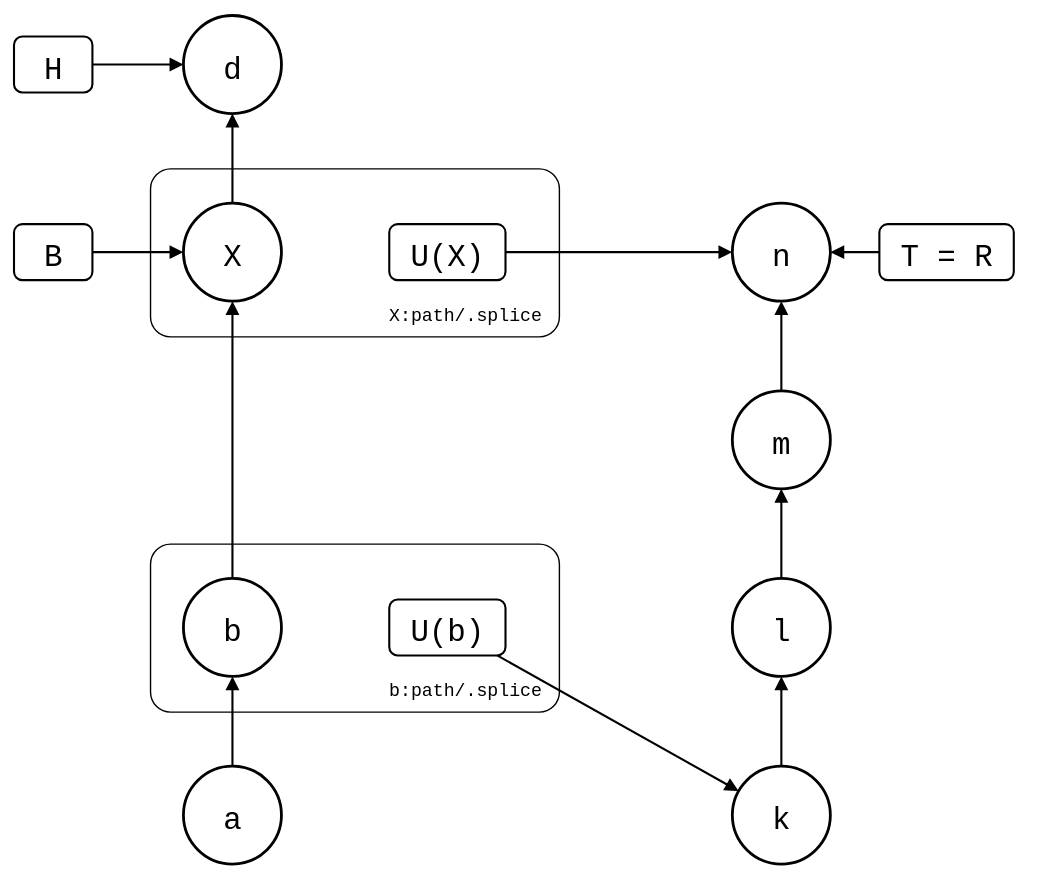
Earlier version of the draw.io export test/scenarios/bisect-into-a-pull/bisect-into-a-pull.drawio.svg (roschaefer/git-splice). Source tidied: cells renumbered, new cells last; positions are measured from the earlier drawing's top-left corner, leaving out a move shared by most shapes.
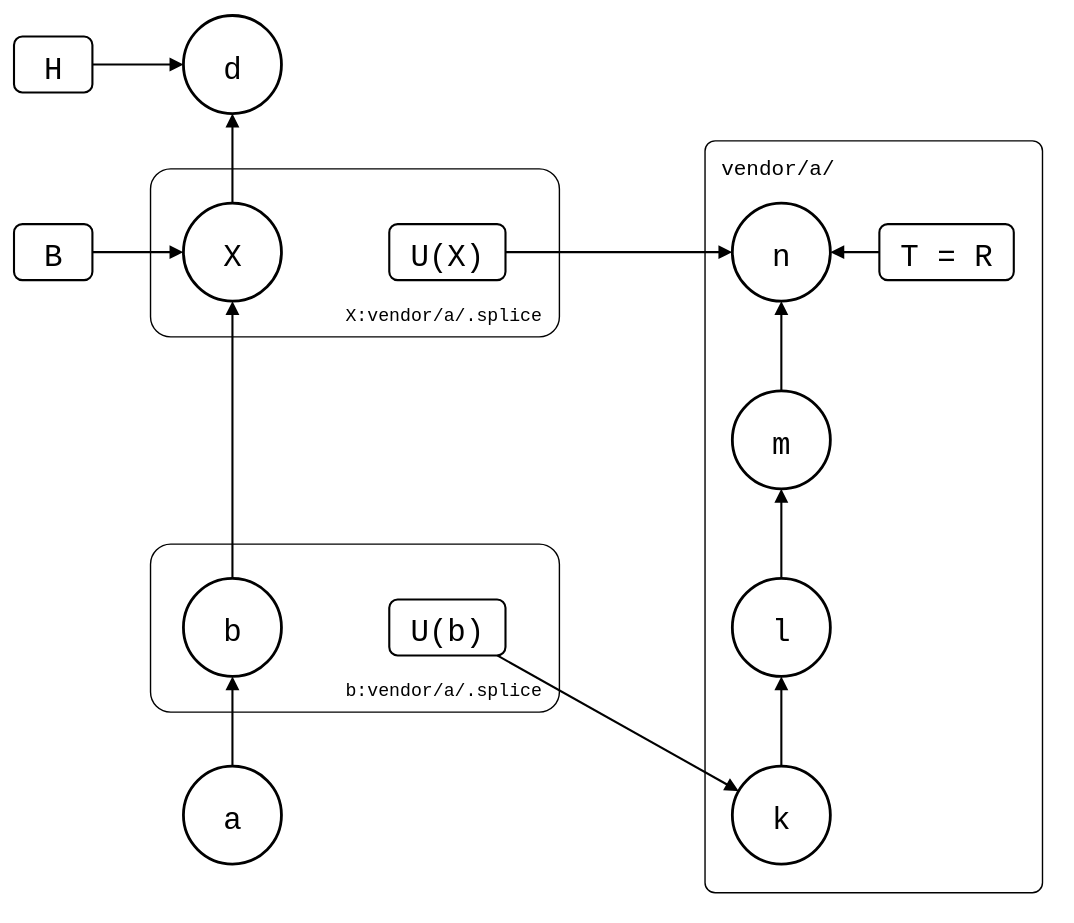
The same diagram one commit later.

Change to the diagram source:
```diff
@@ -2,10 +2,13 @@
   <root>
     <mxCell id="0" />
     <mxCell id="1" parent="0" />
+    <mxCell id="28" value="vendor/a/" style="rounded=1;arcSize=3;fillColor=none;strokeWidth=1;fontSize=15;verticalAlign=top;align=left;spacingLeft=10;spacingTop=4;fontFamily=Roboto Mono,monospace;" parent="1" vertex="1">
+      <mxGeometry x="493" y="89" width="241" height="537" as="geometry" />
+    </mxCell>
-    <mxCell id="2" value="b:path/.splice" style="rounded=1;arcSize=12;fillColor=none;strokeWidth=1;fontSize=13;verticalAlign=bottom;spacingBottom=6;spacingLeft=10;spacingRight=10;fontFamily=Roboto Mono,monospace;align=right;" parent="1" vertex="1">
+    <mxCell id="2" value="b:vendor/a/.splice" style="rounded=1;arcSize=12;fillColor=none;strokeWidth=1;fontSize=13;verticalAlign=bottom;spacingBottom=6;spacingLeft=10;spacingRight=10;fontFamily=Roboto Mono,monospace;align=right;" parent="1" vertex="1">
       <mxGeometry x="97" y="377" width="292" height="120" as="geometry" />
     </mxCell>
-    <mxCell id="3" value="X:path/.splice" style="rounded=1;arcSize=12;fillColor=none;strokeWidth=1;fontSize=13;verticalAlign=bottom;spacingBottom=6;spacingLeft=10;spacingRight=10;fontFamily=Roboto Mono,monospace;align=right;" parent="1" vertex="1">
+    <mxCell id="3" value="X:vendor/a/.splice" style="rounded=1;arcSize=12;fillColor=none;strokeWidth=1;fontSize=13;verticalAlign=bottom;spacingBottom=6;spacingLeft=10;spacingRight=10;fontFamily=Roboto Mono,monospace;align=right;" parent="1" vertex="1">
       <mxGeometry x="97" y="109" width="292" height="120" as="geometry" />
     </mxCell>
     <mxCell id="4" value="a" style="ellipse;strokeWidth=2;fontSize=22;fontFamily=Roboto Mono,monospace;" parent="1" vertex="1">
```
